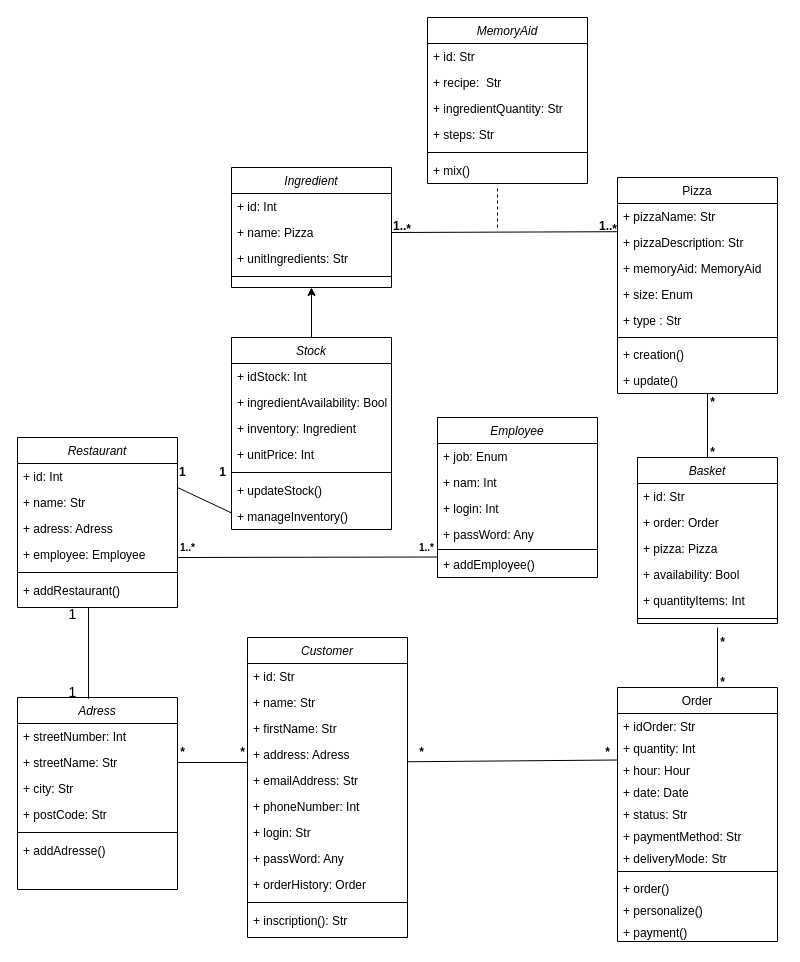
The draw.io diagram modèlePhysiqueDeDonnées.drawio in TLILIOS/Concevez-la-solution-technique-d-un-syst-me-de-gestion-de-pizzerias, before the edit. Source tidied: cells renumbered, new cells numbered last; positions are measured from the earlier drawing's top-left corner, leaving out a move shared by most shapes. Both pictures are drawn from the tidied source at 100%, with x=0, y=0 at pixel (17, 17).
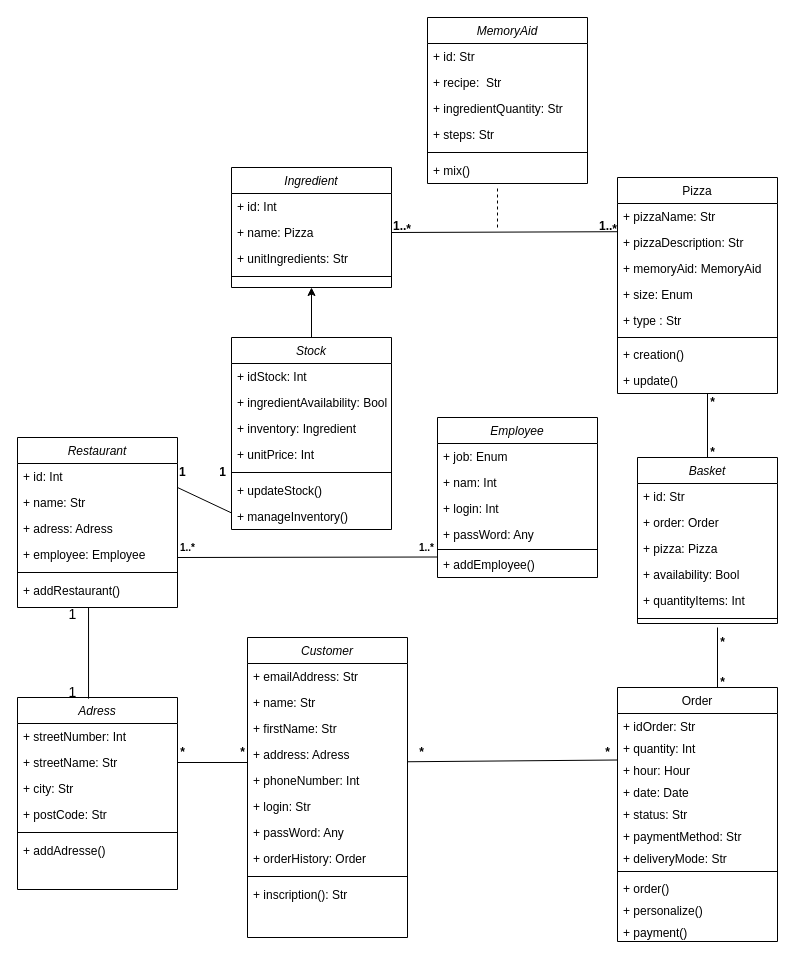
The same diagram, later.

Unchanged cells that the change refers to:
```xml
<mxCell id="2" value="Customer" style="swimlane;fontStyle=2;align=center;verticalAlign=top;horizontal=1;startSize=26;rounded=0;shadow=0;strokeWidth=1;" parent="1" vertex="1">
  <mxGeometry x="230" y="620" width="160" height="300" as="geometry" />
</mxCell>
```

The edit, as a diff of the source:
```diff
@@
-    <mxCell id="3" value="+ id: Str" style="text;align=left;verticalAlign=top;spacingLeft=4;spacingRight=4;overflow=hidden;" parent="2" vertex="1">
-      <mxGeometry y="26" width="160" height="26" as="geometry" />
-    </mxCell>
+    <mxCell id="7" value="+ emailAddress: Str" style="text;align=left;verticalAlign=top;spacingLeft=4;spacingRight=4;overflow=hidden;rounded=0;shadow=0;html=0;" parent="2" vertex="1">
+      <mxGeometry y="26" width="160" height="26" as="geometry" />
+    </mxCell>
@@
-    <mxCell id="7" value="+ emailAddress: Str" style="text;align=left;verticalAlign=top;spacingLeft=4;spacingRight=4;overflow=hidden;rounded=0;shadow=0;html=0;" parent="2" vertex="1">
-      <mxGeometry y="130" width="160" height="26" as="geometry" />
-    </mxCell>
     <mxCell id="8" value="+ phoneNumber: Int" style="text;align=left;verticalAlign=top;spacingLeft=4;spacingRight=4;overflow=hidden;rounded=0;shadow=0;html=0;" parent="2" vertex="1">
-      <mxGeometry y="156" width="160" height="26" as="geometry" />
+      <mxGeometry y="130" width="160" height="26" as="geometry" />
     </mxCell>
     <mxCell id="9" value="+ login: Str" style="text;align=left;verticalAlign=top;spacingLeft=4;spacingRight=4;overflow=hidden;rounded=0;shadow=0;html=0;" parent="2" vertex="1">
-      <mxGeometry y="182" width="160" height="26" as="geometry" />
+      <mxGeometry y="156" width="160" height="26" as="geometry" />
     </mxCell>
     <mxCell id="10" value="+ passWord: Any" style="text;align=left;verticalAlign=top;spacingLeft=4;spacingRight=4;overflow=hidden;rounded=0;shadow=0;html=0;" parent="2" vertex="1">
-      <mxGeometry y="208" width="160" height="26" as="geometry" />
+      <mxGeometry y="182" width="160" height="26" as="geometry" />
     </mxCell>
     <mxCell id="11" value="+ orderHistory: Order" style="text;align=left;verticalAlign=top;spacingLeft=4;spacingRight=4;overflow=hidden;rounded=0;shadow=0;html=0;" parent="2" vertex="1">
-      <mxGeometry y="234" width="160" height="26" as="geometry" />
+      <mxGeometry y="208" width="160" height="26" as="geometry" />
     </mxCell>
     <mxCell id="12" value="&lt;br&gt;" style="line;html=1;strokeWidth=1;align=left;verticalAlign=middle;spacingTop=-1;spacingLeft=3;spacingRight=3;labelPosition=right;" parent="2" vertex="1">
-      <mxGeometry y="260" width="160" height="10" as="geometry" />
+      <mxGeometry y="234" width="160" height="10" as="geometry" />
     </mxCell>
     <mxCell id="13" value="+ inscription(): Str&#10;" style="text;align=left;verticalAlign=top;spacingLeft=4;spacingRight=4;overflow=hidden;" parent="2" vertex="1">
-      <mxGeometry y="270" width="160" height="18" as="geometry" />
+      <mxGeometry y="244" width="160" height="18" as="geometry" />
     </mxCell>
```
